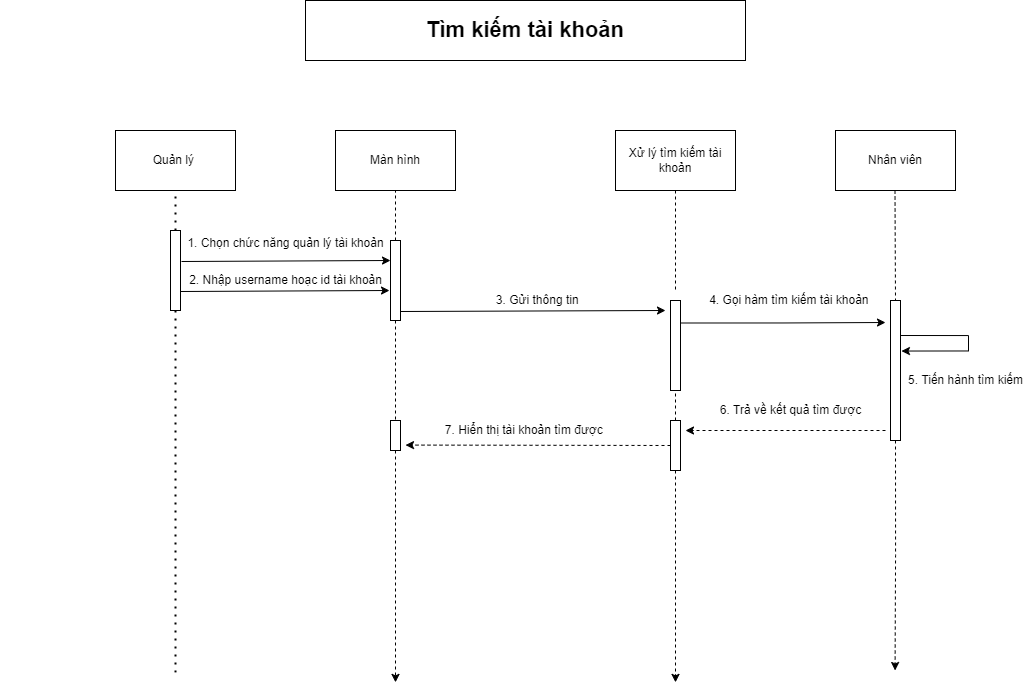
Before: Word/Sequence_Acc_Bill/PNG/timkiemAcc.drawio.png, a diagram exported from draw.io (hungtadasuke/CoffeShop_SoftwareTechnology). Source tidied: cells renumbered, new cells last; positions are measured from the earlier drawing's top-left corner, leaving out a move shared by most shapes. The source it was exported from:
```xml
<mxGraphModel>
  <root>
    <mxCell id="0" />
    <mxCell id="1" parent="0" />
    <mxCell id="2" value="&lt;b&gt;&lt;font style=&quot;font-size: 22px&quot;&gt;Tìm kiếm tài khoản&lt;/font&gt;&lt;/b&gt;" style="rounded=0;whiteSpace=wrap;html=1;" parent="1" vertex="1">
      <mxGeometry x="305" width="440" height="60" as="geometry" />
    </mxCell>
    <mxCell id="3" value="Quản lý&amp;nbsp;" style="rounded=0;whiteSpace=wrap;html=1;" parent="1" vertex="1">
      <mxGeometry x="115" y="130" width="120" height="60" as="geometry" />
    </mxCell>
    <mxCell id="4" value="Màn hình" style="rounded=0;whiteSpace=wrap;html=1;" parent="1" vertex="1">
      <mxGeometry x="335" y="130" width="120" height="60" as="geometry" />
    </mxCell>
    <mxCell id="5" value="Xử lý tìm kiếm tài khoản" style="rounded=0;whiteSpace=wrap;html=1;" parent="1" vertex="1">
      <mxGeometry x="615" y="130" width="120" height="60" as="geometry" />
    </mxCell>
    <mxCell id="6" value="Nhân viên" style="rounded=0;whiteSpace=wrap;html=1;" parent="1" vertex="1">
      <mxGeometry x="835" y="130" width="120" height="60" as="geometry" />
    </mxCell>
    <mxCell id="7" style="rounded=0;whiteSpace=wrap;html=1;" parent="1" vertex="1">
      <mxGeometry x="170" y="230" width="10" height="80" as="geometry" />
    </mxCell>
    <mxCell id="8" style="edgeStyle=orthogonalEdgeStyle;rounded=0;jettySize=auto;html=1;dashed=1;" parent="1" edge="1" source="9">
      <mxGeometry relative="1" as="geometry">
        <mxPoint x="395" y="681.9" as="targetPoint" />
      </mxGeometry>
    </mxCell>
    <mxCell id="9" style="rounded=0;whiteSpace=wrap;html=1;" parent="1" vertex="1">
      <mxGeometry x="390" y="420" width="10" height="30" as="geometry" />
    </mxCell>
    <mxCell id="10" style="rounded=0;whiteSpace=wrap;html=1;" parent="1" vertex="1">
      <mxGeometry x="390" y="240" width="10" height="80" as="geometry" />
    </mxCell>
    <mxCell id="11" style="edgeStyle=orthogonalEdgeStyle;rounded=0;jettySize=auto;html=1;exitX=0;exitY=0.5;exitDx=0;exitDy=0;entryX=0.446;entryY=1.229;entryDx=0;entryDy=0;entryPerimeter=0;dashed=1;" parent="1" edge="1" source="13" target="28">
      <mxGeometry relative="1" as="geometry" />
    </mxCell>
    <mxCell id="12" style="edgeStyle=orthogonalEdgeStyle;rounded=0;jettySize=auto;html=1;dashed=1;" parent="1" edge="1" source="13">
      <mxGeometry relative="1" as="geometry">
        <mxPoint x="675" y="681.9" as="targetPoint" />
      </mxGeometry>
    </mxCell>
    <mxCell id="13" style="rounded=0;whiteSpace=wrap;html=1;" parent="1" vertex="1">
      <mxGeometry x="670" y="420" width="10" height="50" as="geometry" />
    </mxCell>
    <mxCell id="14" style="rounded=0;whiteSpace=wrap;html=1;" parent="1" vertex="1">
      <mxGeometry x="670" y="300" width="10" height="90" as="geometry" />
    </mxCell>
    <mxCell id="15" style="endArrow=none;dashed=1;html=1;dashPattern=1 3;strokeWidth=2;rounded=0;entryX=0.5;entryY=1;entryDx=0;entryDy=0;exitX=0.5;exitY=0;exitDx=0;exitDy=0;" parent="1" edge="1" source="7" target="3">
      <mxGeometry relative="1" as="geometry" />
    </mxCell>
    <mxCell id="16" style="endArrow=none;dashed=1;html=1;dashPattern=1 3;strokeWidth=2;rounded=0;exitX=0.5;exitY=1;exitDx=0;exitDy=0;" parent="1" edge="1" source="7">
      <mxGeometry relative="1" as="geometry">
        <mxPoint x="175" y="671.9" as="targetPoint" />
      </mxGeometry>
    </mxCell>
    <mxCell id="17" style="endArrow=none;dashed=1;html=1;rounded=0;entryX=0.5;entryY=1;entryDx=0;entryDy=0;exitX=0.5;exitY=0;exitDx=0;exitDy=0;" parent="1" edge="1" source="10" target="4">
      <mxGeometry relative="1" as="geometry" />
    </mxCell>
    <mxCell id="18" style="endArrow=none;dashed=1;html=1;rounded=0;exitX=0.5;exitY=1;exitDx=0;exitDy=0;" parent="1" edge="1" source="5">
      <mxGeometry relative="1" as="geometry">
        <mxPoint x="675" y="290" as="targetPoint" />
      </mxGeometry>
    </mxCell>
    <mxCell id="19" style="endArrow=none;dashed=1;html=1;rounded=0;entryX=0.5;entryY=0;entryDx=0;entryDy=0;exitX=0.5;exitY=1;exitDx=0;exitDy=0;" parent="1" edge="1" source="10" target="9">
      <mxGeometry relative="1" as="geometry" />
    </mxCell>
    <mxCell id="20" style="endArrow=none;dashed=1;html=1;rounded=0;entryX=0.5;entryY=1;entryDx=0;entryDy=0;exitX=0.5;exitY=0;exitDx=0;exitDy=0;" parent="1" edge="1" source="13" target="14">
      <mxGeometry relative="1" as="geometry" />
    </mxCell>
    <mxCell id="21" style="endArrow=none;dashed=1;html=1;rounded=0;exitX=0.5;exitY=1;exitDx=0;exitDy=0;entryX=0.5;entryY=0;entryDx=0;entryDy=0;" parent="1" edge="1" target="32">
      <mxGeometry relative="1" as="geometry">
        <mxPoint x="894.5" y="190" as="sourcePoint" />
      </mxGeometry>
    </mxCell>
    <mxCell id="22" style="edgeStyle=orthogonalEdgeStyle;rounded=0;jettySize=auto;html=1;exitX=1;exitY=0.25;exitDx=0;exitDy=0;" parent="1" edge="1" source="14">
      <mxGeometry relative="1" as="geometry">
        <mxPoint x="885" y="322" as="targetPoint" />
      </mxGeometry>
    </mxCell>
    <mxCell id="23" style="endArrow=classic;html=1;rounded=0;exitX=1;exitY=0.5;exitDx=0;exitDy=0;entryX=-0.1;entryY=0.675;entryDx=0;entryDy=0;entryPerimeter=0;" parent="1" edge="1">
      <mxGeometry relative="1" as="geometry">
        <mxPoint x="181" y="261" as="sourcePoint" />
        <mxPoint x="390" y="260" as="targetPoint" />
      </mxGeometry>
    </mxCell>
    <mxCell id="24" style="endArrow=classic;html=1;rounded=0;exitX=1;exitY=0.5;exitDx=0;exitDy=0;entryX=-0.1;entryY=0.675;entryDx=0;entryDy=0;entryPerimeter=0;" parent="1" edge="1">
      <mxGeometry relative="1" as="geometry">
        <mxPoint x="180" y="291" as="sourcePoint" />
        <mxPoint x="389" y="290" as="targetPoint" />
      </mxGeometry>
    </mxCell>
    <mxCell id="25" style="endArrow=classic;html=1;rounded=0;exitX=1;exitY=0.5;exitDx=0;exitDy=0;" parent="1" edge="1">
      <mxGeometry relative="1" as="geometry">
        <mxPoint x="400" y="311" as="sourcePoint" />
        <mxPoint x="665" y="310" as="targetPoint" />
      </mxGeometry>
    </mxCell>
    <mxCell id="26" value="&lt;font style=&quot;font-size: 12px&quot;&gt;&amp;nbsp; &amp;nbsp; &amp;nbsp; &amp;nbsp; &amp;nbsp; &amp;nbsp; &amp;nbsp; &amp;nbsp; &amp;nbsp; &amp;nbsp; &amp;nbsp; &amp;nbsp; &amp;nbsp; &amp;nbsp; &amp;nbsp; &amp;nbsp; &amp;nbsp; &amp;nbsp; &amp;nbsp; &amp;nbsp; &amp;nbsp; 1. Chọn chức năng quản lý tài khoản&lt;/font&gt;" style="text;html=1;align=center;verticalAlign=middle;strokeColor=none;fillColor=none;fontSize=22;" parent="1" vertex="1">
      <mxGeometry x="40" y="220" width="350" height="40" as="geometry" />
    </mxCell>
    <mxCell id="27" value="&amp;nbsp; &amp;nbsp; &amp;nbsp; &amp;nbsp; &amp;nbsp; &amp;nbsp; &amp;nbsp; &amp;nbsp; &amp;nbsp; &amp;nbsp; &amp;nbsp; &amp;nbsp; &amp;nbsp; &amp;nbsp; &amp;nbsp; &amp;nbsp; &amp;nbsp; &amp;nbsp; &amp;nbsp; &amp;nbsp; &amp;nbsp; &amp;nbsp; &amp;nbsp; &amp;nbsp; &amp;nbsp; &amp;nbsp; &amp;nbsp; &amp;nbsp; &amp;nbsp; &amp;nbsp; &amp;nbsp; &amp;nbsp; &amp;nbsp; &amp;nbsp; &amp;nbsp; &amp;nbsp; &amp;nbsp; 3. Gửi thông tin&amp;nbsp;" style="text;html=1;align=center;verticalAlign=middle;strokeColor=none;fillColor=none;fontSize=12;" parent="1" vertex="1">
      <mxGeometry x="240" y="290" width="350" height="20" as="geometry" />
    </mxCell>
    <mxCell id="28" value="&amp;nbsp; &amp;nbsp; &amp;nbsp; &amp;nbsp; &amp;nbsp; &amp;nbsp; &amp;nbsp; &amp;nbsp; &amp;nbsp; &amp;nbsp; &amp;nbsp; &amp;nbsp; &amp;nbsp; &amp;nbsp; &amp;nbsp; &amp;nbsp; &amp;nbsp; &amp;nbsp; &amp;nbsp; &amp;nbsp; &amp;nbsp; &amp;nbsp; &amp;nbsp; &amp;nbsp; &amp;nbsp; &amp;nbsp; &amp;nbsp; &amp;nbsp; &amp;nbsp; &amp;nbsp;7. Hiển thị tài khoản tìm được" style="text;html=1;align=center;verticalAlign=middle;points=[];strokeColor=none;fillColor=none;fontSize=12;" parent="1" vertex="1">
      <mxGeometry x="240" y="420" width="370" height="20" as="geometry" />
    </mxCell>
    <mxCell id="29" value="&amp;nbsp; &amp;nbsp; &amp;nbsp; &amp;nbsp; &amp;nbsp; &amp;nbsp; &amp;nbsp; &amp;nbsp; &amp;nbsp; &amp;nbsp; &amp;nbsp; &amp;nbsp; &amp;nbsp; &amp;nbsp; &amp;nbsp; &amp;nbsp; &amp;nbsp; &amp;nbsp; &amp;nbsp; &amp;nbsp; &amp;nbsp; &amp;nbsp; 4. Gọi hàm tìm kiếm tài khoản" style="text;html=1;align=center;verticalAlign=middle;strokeColor=none;fillColor=none;fontSize=12;" parent="1" vertex="1">
      <mxGeometry x="555" y="290" width="320" height="20" as="geometry" />
    </mxCell>
    <mxCell id="30" style="edgeStyle=orthogonalEdgeStyle;rounded=0;orthogonalLoop=1;jettySize=auto;html=1;exitX=1;exitY=0.25;exitDx=0;exitDy=0;entryX=1.094;entryY=0.361;entryDx=0;entryDy=0;entryPerimeter=0;" parent="1" edge="1" source="32" target="32">
      <mxGeometry relative="1" as="geometry">
        <Array as="points">
          <mxPoint x="968" y="335" />
          <mxPoint x="968" y="350" />
        </Array>
      </mxGeometry>
    </mxCell>
    <mxCell id="31" style="edgeStyle=orthogonalEdgeStyle;rounded=0;jettySize=auto;html=1;exitX=0.5;exitY=1;exitDx=0;exitDy=0;dashed=1;" parent="1" edge="1" source="32">
      <mxGeometry relative="1" as="geometry">
        <mxPoint x="894.6" y="670" as="targetPoint" />
      </mxGeometry>
    </mxCell>
    <mxCell id="32" style="rounded=0;whiteSpace=wrap;html=1;" parent="1" vertex="1">
      <mxGeometry x="890" y="300" width="10" height="140" as="geometry" />
    </mxCell>
    <mxCell id="33" value="&amp;nbsp; &amp;nbsp; &amp;nbsp; &amp;nbsp; &amp;nbsp; &amp;nbsp; &amp;nbsp; &amp;nbsp; &amp;nbsp; &amp;nbsp; &amp;nbsp; &amp;nbsp; &amp;nbsp; &amp;nbsp; &amp;nbsp; 5. Tiến hành tìm kiếm" style="text;html=1;align=center;verticalAlign=middle;strokeColor=none;fillColor=none;" parent="1" vertex="1">
      <mxGeometry x="800" y="370" width="230" height="20" as="geometry" />
    </mxCell>
    <mxCell id="34" style="endArrow=classic;html=1;rounded=0;dashed=1;" parent="1" edge="1">
      <mxGeometry relative="1" as="geometry">
        <mxPoint x="885" y="430" as="sourcePoint" />
        <mxPoint x="685" y="430" as="targetPoint" />
      </mxGeometry>
    </mxCell>
    <mxCell id="35" value="&amp;nbsp; &amp;nbsp; &amp;nbsp; &amp;nbsp; &amp;nbsp; &amp;nbsp; &amp;nbsp; &amp;nbsp; &amp;nbsp; &amp;nbsp; &amp;nbsp; &amp;nbsp; &amp;nbsp; &amp;nbsp; &amp;nbsp; &amp;nbsp; &amp;nbsp; &amp;nbsp; &amp;nbsp; &amp;nbsp;6. Trả về kết quả tìm được" style="text;html=1;align=center;verticalAlign=middle;strokeColor=none;fillColor=none;" parent="1" vertex="1">
      <mxGeometry x="580" y="400" width="290" height="20" as="geometry" />
    </mxCell>
    <mxCell id="36" value="&amp;nbsp; &amp;nbsp; &amp;nbsp; &amp;nbsp; &amp;nbsp; &amp;nbsp; &amp;nbsp; &amp;nbsp; &amp;nbsp; &amp;nbsp; &amp;nbsp; &amp;nbsp; &amp;nbsp; &amp;nbsp; &amp;nbsp; &amp;nbsp; &amp;nbsp; &amp;nbsp; &amp;nbsp; &amp;nbsp; &amp;nbsp; &amp;nbsp; &amp;nbsp; &amp;nbsp; &amp;nbsp; &amp;nbsp; &amp;nbsp; 2. Nhập username hoạc id tài khoản" style="text;html=1;align=center;verticalAlign=middle;strokeColor=none;fillColor=none;" parent="1" vertex="1">
      <mxGeometry y="270" width="390" height="20" as="geometry" />
    </mxCell>
  </root>
</mxGraphModel>
```
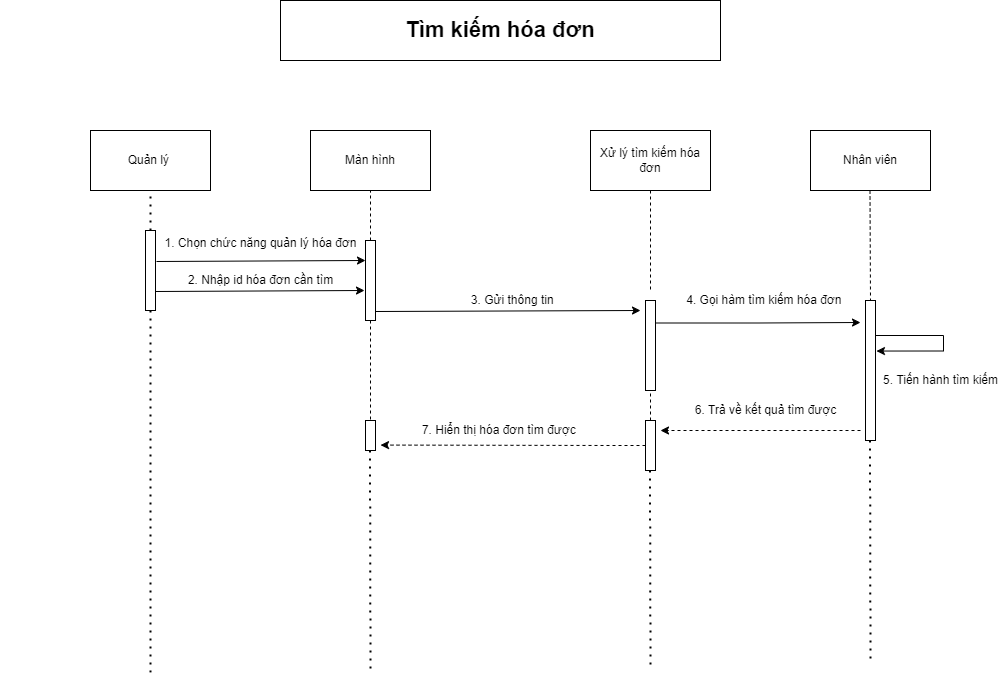
Later version of the same file.

Change to the diagram source:
```diff
@@ -2,7 +2,7 @@
   <root>
     <mxCell id="0" />
     <mxCell id="1" parent="0" />
-    <mxCell id="2" value="&lt;b&gt;&lt;font style=&quot;font-size: 22px&quot;&gt;Tìm kiếm tài khoản&lt;/font&gt;&lt;/b&gt;" style="rounded=0;whiteSpace=wrap;html=1;" parent="1" vertex="1">
+    <mxCell id="2" value="&lt;b&gt;&lt;font style=&quot;font-size: 22px&quot;&gt;Tìm kiếm hóa đơn&lt;/font&gt;&lt;/b&gt;" style="rounded=0;whiteSpace=wrap;html=1;" parent="1" vertex="1">
       <mxGeometry x="305" width="440" height="60" as="geometry" />
     </mxCell>
     <mxCell id="3" value="Quản lý&amp;nbsp;" style="rounded=0;whiteSpace=wrap;html=1;" parent="1" vertex="1">
@@ -11,7 +11,7 @@
     <mxCell id="4" value="Màn hình" style="rounded=0;whiteSpace=wrap;html=1;" parent="1" vertex="1">
       <mxGeometry x="335" y="130" width="120" height="60" as="geometry" />
     </mxCell>
-    <mxCell id="5" value="Xử lý tìm kiếm tài khoản" style="rounded=0;whiteSpace=wrap;html=1;" parent="1" vertex="1">
+    <mxCell id="5" value="Xử lý tìm kiếm hóa đơn" style="rounded=0;whiteSpace=wrap;html=1;" parent="1" vertex="1">
       <mxGeometry x="615" y="130" width="120" height="60" as="geometry" />
     </mxCell>
     <mxCell id="6" value="Nhân viên" style="rounded=0;whiteSpace=wrap;html=1;" parent="1" vertex="1">
@@ -20,11 +20,6 @@
     <mxCell id="7" style="rounded=0;whiteSpace=wrap;html=1;" parent="1" vertex="1">
       <mxGeometry x="170" y="230" width="10" height="80" as="geometry" />
     </mxCell>
-    <mxCell id="8" style="edgeStyle=orthogonalEdgeStyle;rounded=0;jettySize=auto;html=1;dashed=1;" parent="1" edge="1" source="9">
-      <mxGeometry relative="1" as="geometry">
-        <mxPoint x="395" y="681.9" as="targetPoint" />
-      </mxGeometry>
-    </mxCell>
     <mxCell id="9" style="rounded=0;whiteSpace=wrap;html=1;" parent="1" vertex="1">
       <mxGeometry x="390" y="420" width="10" height="30" as="geometry" />
     </mxCell>
@@ -34,11 +29,6 @@
     <mxCell id="11" style="edgeStyle=orthogonalEdgeStyle;rounded=0;jettySize=auto;html=1;exitX=0;exitY=0.5;exitDx=0;exitDy=0;entryX=0.446;entryY=1.229;entryDx=0;entryDy=0;entryPerimeter=0;dashed=1;" parent="1" edge="1" source="13" target="28">
       <mxGeometry relative="1" as="geometry" />
     </mxCell>
-    <mxCell id="12" style="edgeStyle=orthogonalEdgeStyle;rounded=0;jettySize=auto;html=1;dashed=1;" parent="1" edge="1" source="13">
-      <mxGeometry relative="1" as="geometry">
-        <mxPoint x="675" y="681.9" as="targetPoint" />
-      </mxGeometry>
-    </mxCell>
     <mxCell id="13" style="rounded=0;whiteSpace=wrap;html=1;" parent="1" vertex="1">
       <mxGeometry x="670" y="420" width="10" height="50" as="geometry" />
     </mxCell>
@@ -95,16 +85,16 @@
         <mxPoint x="665" y="310" as="targetPoint" />
       </mxGeometry>
     </mxCell>
-    <mxCell id="26" value="&lt;font style=&quot;font-size: 12px&quot;&gt;&amp;nbsp; &amp;nbsp; &amp;nbsp; &amp;nbsp; &amp;nbsp; &amp;nbsp; &amp;nbsp; &amp;nbsp; &amp;nbsp; &amp;nbsp; &amp;nbsp; &amp;nbsp; &amp;nbsp; &amp;nbsp; &amp;nbsp; &amp;nbsp; &amp;nbsp; &amp;nbsp; &amp;nbsp; &amp;nbsp; &amp;nbsp; 1. Chọn chức năng quản lý tài khoản&lt;/font&gt;" style="text;html=1;align=center;verticalAlign=middle;strokeColor=none;fillColor=none;fontSize=22;" parent="1" vertex="1">
+    <mxCell id="26" value="&lt;font style=&quot;font-size: 12px&quot;&gt;&amp;nbsp; &amp;nbsp; &amp;nbsp; &amp;nbsp; &amp;nbsp; &amp;nbsp; &amp;nbsp; &amp;nbsp; &amp;nbsp; &amp;nbsp; &amp;nbsp; &amp;nbsp; &amp;nbsp; &amp;nbsp; &amp;nbsp; &amp;nbsp; &amp;nbsp; &amp;nbsp; &amp;nbsp; &amp;nbsp; &amp;nbsp; 1. Chọn chức năng quản lý hóa đơn&lt;/font&gt;" style="text;html=1;align=center;verticalAlign=middle;strokeColor=none;fillColor=none;fontSize=22;" parent="1" vertex="1">
       <mxGeometry x="40" y="220" width="350" height="40" as="geometry" />
     </mxCell>
     <mxCell id="27" value="&amp;nbsp; &amp;nbsp; &amp;nbsp; &amp;nbsp; &amp;nbsp; &amp;nbsp; &amp;nbsp; &amp;nbsp; &amp;nbsp; &amp;nbsp; &amp;nbsp; &amp;nbsp; &amp;nbsp; &amp;nbsp; &amp;nbsp; &amp;nbsp; &amp;nbsp; &amp;nbsp; &amp;nbsp; &amp;nbsp; &amp;nbsp; &amp;nbsp; &amp;nbsp; &amp;nbsp; &amp;nbsp; &amp;nbsp; &amp;nbsp; &amp;nbsp; &amp;nbsp; &amp;nbsp; &amp;nbsp; &amp;nbsp; &amp;nbsp; &amp;nbsp; &amp;nbsp; &amp;nbsp; &amp;nbsp; 3. Gửi thông tin&amp;nbsp;" style="text;html=1;align=center;verticalAlign=middle;strokeColor=none;fillColor=none;fontSize=12;" parent="1" vertex="1">
       <mxGeometry x="240" y="290" width="350" height="20" as="geometry" />
     </mxCell>
-    <mxCell id="28" value="&amp;nbsp; &amp;nbsp; &amp;nbsp; &amp;nbsp; &amp;nbsp; &amp;nbsp; &amp;nbsp; &amp;nbsp; &amp;nbsp; &amp;nbsp; &amp;nbsp; &amp;nbsp; &amp;nbsp; &amp;nbsp; &amp;nbsp; &amp;nbsp; &amp;nbsp; &amp;nbsp; &amp;nbsp; &amp;nbsp; &amp;nbsp; &amp;nbsp; &amp;nbsp; &amp;nbsp; &amp;nbsp; &amp;nbsp; &amp;nbsp; &amp;nbsp; &amp;nbsp; &amp;nbsp;7. Hiển thị tài khoản tìm được" style="text;html=1;align=center;verticalAlign=middle;points=[];strokeColor=none;fillColor=none;fontSize=12;" parent="1" vertex="1">
+    <mxCell id="28" value="&amp;nbsp; &amp;nbsp; &amp;nbsp; &amp;nbsp; &amp;nbsp; &amp;nbsp; &amp;nbsp; &amp;nbsp; &amp;nbsp; &amp;nbsp; &amp;nbsp; &amp;nbsp; &amp;nbsp; &amp;nbsp; &amp;nbsp; &amp;nbsp; &amp;nbsp; &amp;nbsp; &amp;nbsp; &amp;nbsp; &amp;nbsp; &amp;nbsp; &amp;nbsp; &amp;nbsp; &amp;nbsp; &amp;nbsp; &amp;nbsp; &amp;nbsp; &amp;nbsp; &amp;nbsp;7. Hiển thị hóa đơn tìm được" style="text;html=1;align=center;verticalAlign=middle;points=[];strokeColor=none;fillColor=none;fontSize=12;" parent="1" vertex="1">
       <mxGeometry x="240" y="420" width="370" height="20" as="geometry" />
     </mxCell>
-    <mxCell id="29" value="&amp;nbsp; &amp;nbsp; &amp;nbsp; &amp;nbsp; &amp;nbsp; &amp;nbsp; &amp;nbsp; &amp;nbsp; &amp;nbsp; &amp;nbsp; &amp;nbsp; &amp;nbsp; &amp;nbsp; &amp;nbsp; &amp;nbsp; &amp;nbsp; &amp;nbsp; &amp;nbsp; &amp;nbsp; &amp;nbsp; &amp;nbsp; &amp;nbsp; 4. Gọi hàm tìm kiếm tài khoản" style="text;html=1;align=center;verticalAlign=middle;strokeColor=none;fillColor=none;fontSize=12;" parent="1" vertex="1">
+    <mxCell id="29" value="&amp;nbsp; &amp;nbsp; &amp;nbsp; &amp;nbsp; &amp;nbsp; &amp;nbsp; &amp;nbsp; &amp;nbsp; &amp;nbsp; &amp;nbsp; &amp;nbsp; &amp;nbsp; &amp;nbsp; &amp;nbsp; &amp;nbsp; &amp;nbsp; &amp;nbsp; &amp;nbsp; &amp;nbsp; &amp;nbsp; &amp;nbsp; &amp;nbsp; 4. Gọi hàm tìm kiếm hóa đơn" style="text;html=1;align=center;verticalAlign=middle;strokeColor=none;fillColor=none;fontSize=12;" parent="1" vertex="1">
       <mxGeometry x="555" y="290" width="320" height="20" as="geometry" />
     </mxCell>
     <mxCell id="30" style="edgeStyle=orthogonalEdgeStyle;rounded=0;orthogonalLoop=1;jettySize=auto;html=1;exitX=1;exitY=0.25;exitDx=0;exitDy=0;entryX=1.094;entryY=0.361;entryDx=0;entryDy=0;entryPerimeter=0;" parent="1" edge="1" source="32" target="32">
@@ -115,11 +105,6 @@
         </Array>
       </mxGeometry>
     </mxCell>
-    <mxCell id="31" style="edgeStyle=orthogonalEdgeStyle;rounded=0;jettySize=auto;html=1;exitX=0.5;exitY=1;exitDx=0;exitDy=0;dashed=1;" parent="1" edge="1" source="32">
-      <mxGeometry relative="1" as="geometry">
-        <mxPoint x="894.6" y="670" as="targetPoint" />
-      </mxGeometry>
-    </mxCell>
     <mxCell id="32" style="rounded=0;whiteSpace=wrap;html=1;" parent="1" vertex="1">
       <mxGeometry x="890" y="300" width="10" height="140" as="geometry" />
     </mxCell>
@@ -135,8 +120,26 @@
     <mxCell id="35" value="&amp;nbsp; &amp;nbsp; &amp;nbsp; &amp;nbsp; &amp;nbsp; &amp;nbsp; &amp;nbsp; &amp;nbsp; &amp;nbsp; &amp;nbsp; &amp;nbsp; &amp;nbsp; &amp;nbsp; &amp;nbsp; &amp;nbsp; &amp;nbsp; &amp;nbsp; &amp;nbsp; &amp;nbsp; &amp;nbsp;6. Trả về kết quả tìm được" style="text;html=1;align=center;verticalAlign=middle;strokeColor=none;fillColor=none;" parent="1" vertex="1">
       <mxGeometry x="580" y="400" width="290" height="20" as="geometry" />
     </mxCell>
-    <mxCell id="36" value="&amp;nbsp; &amp;nbsp; &amp;nbsp; &amp;nbsp; &amp;nbsp; &amp;nbsp; &amp;nbsp; &amp;nbsp; &amp;nbsp; &amp;nbsp; &amp;nbsp; &amp;nbsp; &amp;nbsp; &amp;nbsp; &amp;nbsp; &amp;nbsp; &amp;nbsp; &amp;nbsp; &amp;nbsp; &amp;nbsp; &amp;nbsp; &amp;nbsp; &amp;nbsp; &amp;nbsp; &amp;nbsp; &amp;nbsp; &amp;nbsp; 2. Nhập username hoạc id tài khoản" style="text;html=1;align=center;verticalAlign=middle;strokeColor=none;fillColor=none;" parent="1" vertex="1">
-      <mxGeometry y="270" width="390" height="20" as="geometry" />
+    <mxCell id="36" value="&amp;nbsp; &amp;nbsp; &amp;nbsp; &amp;nbsp; &amp;nbsp; &amp;nbsp; &amp;nbsp; &amp;nbsp; &amp;nbsp; &amp;nbsp; &amp;nbsp; &amp;nbsp; &amp;nbsp; &amp;nbsp; &amp;nbsp; &amp;nbsp; &amp;nbsp; &amp;nbsp; &amp;nbsp; &amp;nbsp; &amp;nbsp; &amp;nbsp; &amp;nbsp; &amp;nbsp; &amp;nbsp; &amp;nbsp; &amp;nbsp; 2. Nhập id hóa đơn cần tìm" style="text;html=1;align=center;verticalAlign=middle;strokeColor=none;fillColor=none;" parent="1" vertex="1">
+      <mxGeometry x="25" y="270" width="340" height="20" as="geometry" />
     </mxCell>
+    <mxCell id="37" style="endArrow=none;dashed=1;html=1;dashPattern=1 3;strokeWidth=2;rounded=0;exitX=0.5;exitY=1;exitDx=0;exitDy=0;" parent="1" edge="1">
+      <mxGeometry relative="1" as="geometry">
+        <mxPoint x="394.5" y="450" as="sourcePoint" />
+        <mxPoint x="395" y="670" as="targetPoint" />
+      </mxGeometry>
+    </mxCell>
+    <mxCell id="38" style="endArrow=none;dashed=1;html=1;dashPattern=1 3;strokeWidth=2;rounded=0;exitX=0.5;exitY=1;exitDx=0;exitDy=0;" parent="1" edge="1">
+      <mxGeometry relative="1" as="geometry">
+        <mxPoint x="674.5" y="470" as="sourcePoint" />
+        <mxPoint x="675" y="670" as="targetPoint" />
+      </mxGeometry>
+    </mxCell>
+    <mxCell id="39" style="endArrow=none;dashed=1;html=1;dashPattern=1 3;strokeWidth=2;rounded=0;exitX=0.5;exitY=1;exitDx=0;exitDy=0;" parent="1" edge="1">
+      <mxGeometry relative="1" as="geometry">
+        <mxPoint x="894.5" y="440" as="sourcePoint" />
+        <mxPoint x="895" y="660" as="targetPoint" />
+      </mxGeometry>
+    </mxCell>
   </root>
 </mxGraphModel>
```
